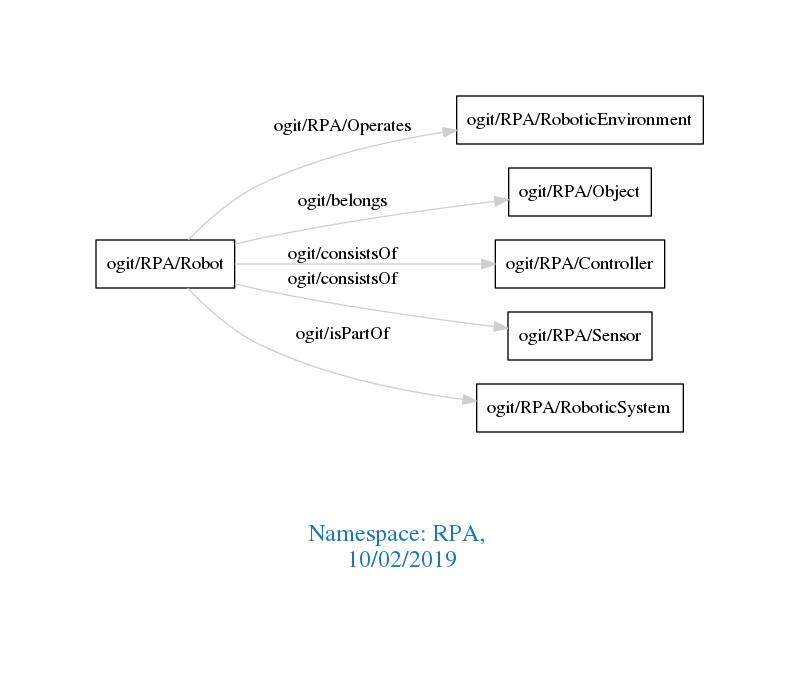
arago/OGIT keeps this Graphviz diagram as downloads/RPA.png. Above is the earlier version. Its source is kept beside it as downloads/RPA.dot.
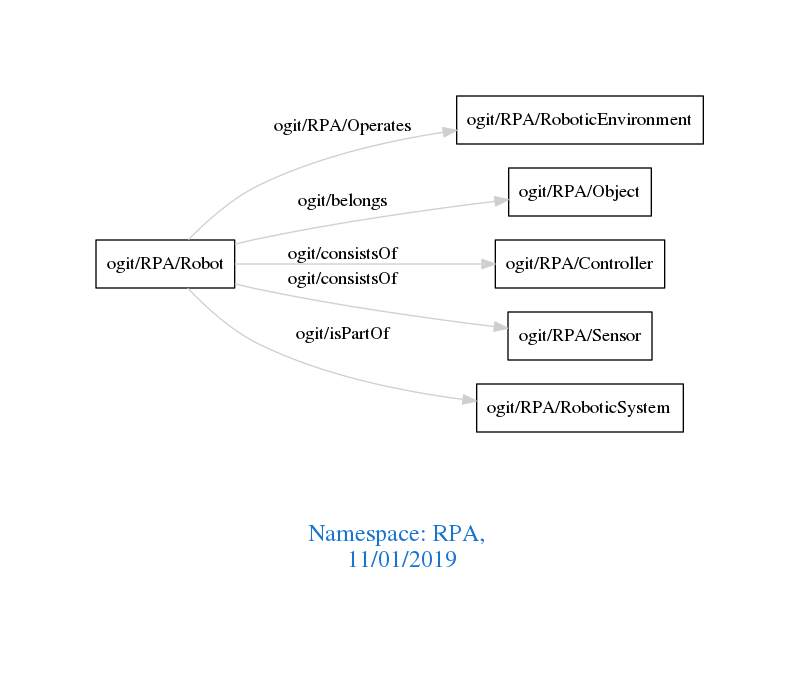
The same file after the commit.

What changed in the source:
```diff
@@ -1,7 +1,7 @@
 digraph OGIT_ontology {
  graph [ rankdir= LR,pad=1
 fontsize = 18,
-fontcolor= dodgerblue3,label = "\n\n\nNamespace: RPA, \n 10/02/2019"];
+fontcolor= dodgerblue3,label = "\n\n\nNamespace: RPA, \n 11/01/2019"];
 node[shape=polygon];
 edge [  color="gray81"];
 
```
